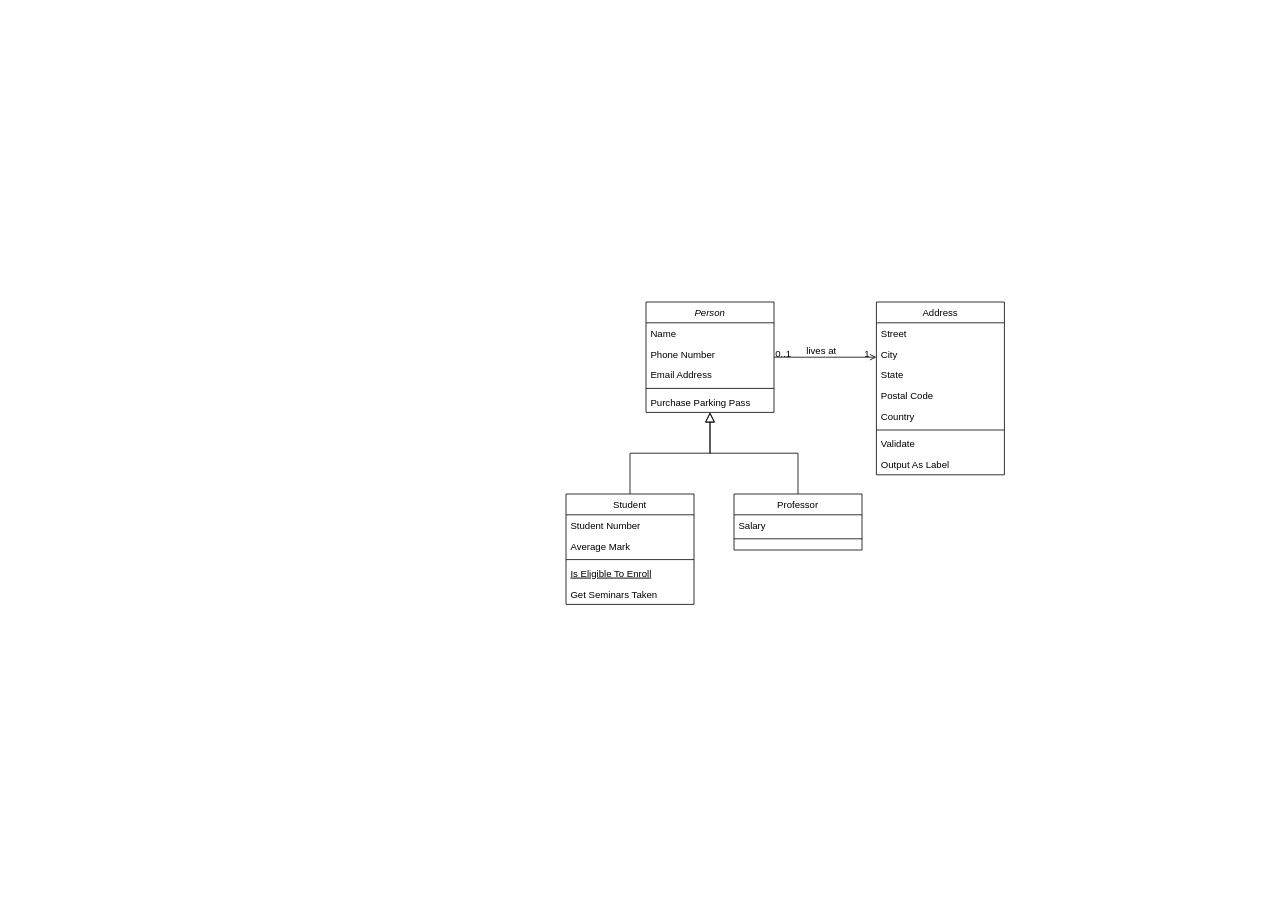
T-lamo/DataEngineer keeps this draw.io diagram as TP3GestionAvion.drawio. Above is the earlier version. Source tidied: cells renumbered, new cells numbered last; positions are measured from the earlier drawing's top-left corner, leaving out a move shared by most shapes. Both pictures are drawn from the tidied source at 80%, with x=0, y=0 at pixel (566, 302).
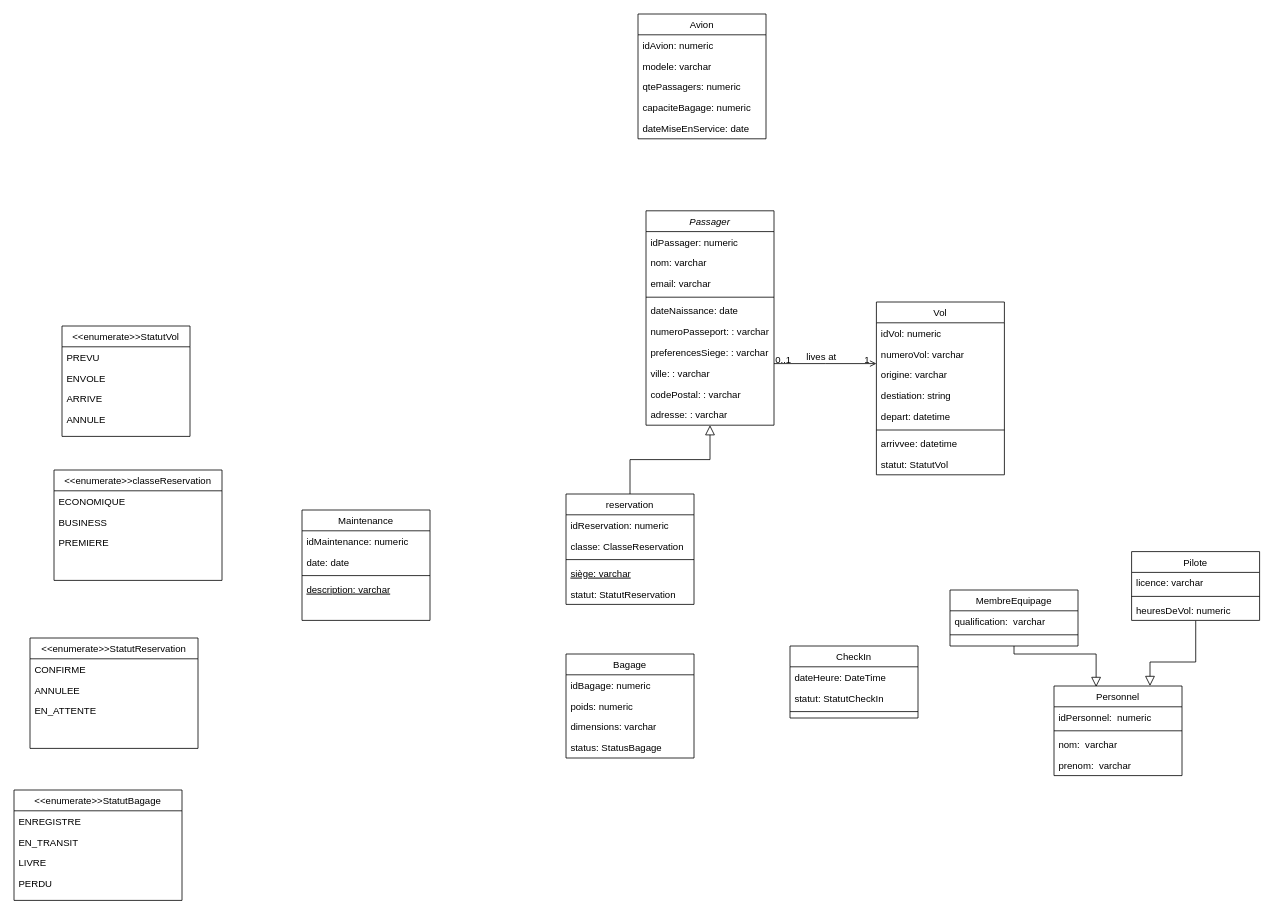
After the change.

Diff of the diagram source:
```diff
@@
-    <mxCell id="2" value="Person" style="swimlane;fontStyle=2;align=center;verticalAlign=top;horizontal=1;startSize=26;rounded=0;shadow=0;strokeWidth=1;" parent="1" vertex="1">
-      <mxGeometry x="100" width="160" height="138" as="geometry" />
+    <mxCell id="2" value="Passager" style="swimlane;fontStyle=2;align=center;verticalAlign=top;horizontal=1;startSize=26;rounded=0;shadow=0;strokeWidth=1;" parent="1" vertex="1">
+      <mxGeometry x="100" y="-114" width="160" height="268" as="geometry" />
     </mxCell>
-    <mxCell id="3" value="Name" style="text;align=left;verticalAlign=top;spacingLeft=4;spacingRight=4;overflow=hidden;" parent="2" vertex="1">
+    <mxCell id="3" value="idPassager: numeric" style="text;align=left;verticalAlign=top;spacingLeft=4;spacingRight=4;overflow=hidden;" parent="2" vertex="1">
       <mxGeometry y="26" width="160" height="26" as="geometry" />
     </mxCell>
-    <mxCell id="4" value="Phone Number" style="text;align=left;verticalAlign=top;spacingLeft=4;spacingRight=4;overflow=hidden;rounded=0;shadow=0;html=0;" parent="2" vertex="1">
+    <mxCell id="4" value="nom: varchar" style="text;align=left;verticalAlign=top;spacingLeft=4;spacingRight=4;overflow=hidden;rounded=0;shadow=0;html=0;" parent="2" vertex="1">
       <mxGeometry y="52" width="160" height="26" as="geometry" />
     </mxCell>
-    <mxCell id="5" value="Email Address" style="text;align=left;verticalAlign=top;spacingLeft=4;spacingRight=4;overflow=hidden;rounded=0;shadow=0;html=0;" parent="2" vertex="1">
+    <mxCell id="5" value="email: varchar" style="text;align=left;verticalAlign=top;spacingLeft=4;spacingRight=4;overflow=hidden;rounded=0;shadow=0;html=0;" parent="2" vertex="1">
       <mxGeometry y="78" width="160" height="26" as="geometry" />
     </mxCell>
@@
-    <mxCell id="7" value="Purchase Parking Pass" style="text;align=left;verticalAlign=top;spacingLeft=4;spacingRight=4;overflow=hidden;" parent="2" vertex="1">
+    <mxCell id="7" value="dateNaissance: date" style="text;align=left;verticalAlign=top;spacingLeft=4;spacingRight=4;overflow=hidden;" parent="2" vertex="1">
       <mxGeometry y="112" width="160" height="26" as="geometry" />
     </mxCell>
+    <mxCell id="32" value="numeroPasseport: : varchar" style="text;align=left;verticalAlign=top;spacingLeft=4;spacingRight=4;overflow=hidden;" parent="2" vertex="1">
+      <mxGeometry y="138" width="160" height="26" as="geometry" />
+    </mxCell>
+    <mxCell id="33" value="preferencesSiege: : varchar" style="text;align=left;verticalAlign=top;spacingLeft=4;spacingRight=4;overflow=hidden;" parent="2" vertex="1">
+      <mxGeometry y="164" width="160" height="26" as="geometry" />
+    </mxCell>
+    <mxCell id="34" value="ville: : varchar" style="text;align=left;verticalAlign=top;spacingLeft=4;spacingRight=4;overflow=hidden;" parent="2" vertex="1">
+      <mxGeometry y="190" width="160" height="26" as="geometry" />
+    </mxCell>
+    <mxCell id="35" value="codePostal: : varchar" style="text;align=left;verticalAlign=top;spacingLeft=4;spacingRight=4;overflow=hidden;" parent="2" vertex="1">
+      <mxGeometry y="216" width="160" height="26" as="geometry" />
+    </mxCell>
+    <mxCell id="36" value="adresse: : varchar" style="text;align=left;verticalAlign=top;spacingLeft=4;spacingRight=4;overflow=hidden;" parent="2" vertex="1">
+      <mxGeometry y="242" width="160" height="26" as="geometry" />
+    </mxCell>
-    <mxCell id="8" value="Student" style="swimlane;fontStyle=0;align=center;verticalAlign=top;horizontal=1;startSize=26;rounded=0;shadow=0;strokeWidth=1;" parent="1" vertex="1">
+    <mxCell id="8" value="reservation" style="swimlane;fontStyle=0;align=center;verticalAlign=top;horizontal=1;startSize=26;rounded=0;shadow=0;strokeWidth=1;" parent="1" vertex="1">
       <mxGeometry y="240" width="160" height="138" as="geometry" />
     </mxCell>
-    <mxCell id="9" value="Student Number" style="text;align=left;verticalAlign=top;spacingLeft=4;spacingRight=4;overflow=hidden;" parent="8" vertex="1">
+    <mxCell id="9" value="idReservation: numeric" style="text;align=left;verticalAlign=top;spacingLeft=4;spacingRight=4;overflow=hidden;" parent="8" vertex="1">
       <mxGeometry y="26" width="160" height="26" as="geometry" />
     </mxCell>
-    <mxCell id="10" value="Average Mark" style="text;align=left;verticalAlign=top;spacingLeft=4;spacingRight=4;overflow=hidden;rounded=0;shadow=0;html=0;" parent="8" vertex="1">
+    <mxCell id="10" value="classe: ClasseReservation" style="text;align=left;verticalAlign=top;spacingLeft=4;spacingRight=4;overflow=hidden;rounded=0;shadow=0;html=0;" parent="8" vertex="1">
       <mxGeometry y="52" width="160" height="26" as="geometry" />
     </mxCell>
@@
-    <mxCell id="12" value="Is Eligible To Enroll" style="text;align=left;verticalAlign=top;spacingLeft=4;spacingRight=4;overflow=hidden;fontStyle=4;" parent="8" vertex="1">
+    <mxCell id="12" value="siège: varchar" style="text;align=left;verticalAlign=top;spacingLeft=4;spacingRight=4;overflow=hidden;fontStyle=4;" parent="8" vertex="1">
       <mxGeometry y="86" width="160" height="26" as="geometry" />
     </mxCell>
-    <mxCell id="13" value="Get Seminars Taken" style="text;align=left;verticalAlign=top;spacingLeft=4;spacingRight=4;overflow=hidden;" parent="8" vertex="1">
+    <mxCell id="13" value="statut: StatutReservation" style="text;align=left;verticalAlign=top;spacingLeft=4;spacingRight=4;overflow=hidden;" parent="8" vertex="1">
       <mxGeometry y="112" width="160" height="26" as="geometry" />
     </mxCell>
@@
-    <mxCell id="15" value="Professor" style="swimlane;fontStyle=0;align=center;verticalAlign=top;horizontal=1;startSize=26;rounded=0;shadow=0;strokeWidth=1;" parent="1" vertex="1">
-      <mxGeometry x="210" y="240" width="160" height="70" as="geometry" />
+    <mxCell id="15" value="Pilote" style="swimlane;fontStyle=0;align=center;verticalAlign=top;horizontal=1;startSize=26;rounded=0;shadow=0;strokeWidth=1;" parent="1" vertex="1">
+      <mxGeometry x="707" y="312" width="160" height="86" as="geometry" />
     </mxCell>
-    <mxCell id="16" value="Salary" style="text;align=left;verticalAlign=top;spacingLeft=4;spacingRight=4;overflow=hidden;" parent="15" vertex="1">
+    <mxCell id="16" value="licence: varchar" style="text;align=left;verticalAlign=top;spacingLeft=4;spacingRight=4;overflow=hidden;" parent="15" vertex="1">
       <mxGeometry y="26" width="160" height="26" as="geometry" />
     </mxCell>
@@
+    <mxCell id="37" value="heuresDeVol: numeric" style="text;align=left;verticalAlign=top;spacingLeft=4;spacingRight=4;overflow=hidden;points=[[0,0.5],[1,0.5]];portConstraint=eastwest;" parent="15" vertex="1">
+      <mxGeometry y="60" width="160" height="26" as="geometry" />
+    </mxCell>
-    <mxCell id="18" style="endArrow=block;endSize=10;endFill=0;shadow=0;strokeWidth=1;rounded=0;curved=0;edgeStyle=elbowEdgeStyle;elbow=vertical;" parent="1" edge="1" source="15" target="2">
-      <mxGeometry relative="1" as="geometry" />
+    <mxCell id="18" style="endArrow=block;endSize=10;endFill=0;shadow=0;strokeWidth=1;rounded=0;curved=0;edgeStyle=elbowEdgeStyle;elbow=vertical;entryX=0.329;entryY=0.011;entryDx=0;entryDy=0;entryPerimeter=0;exitX=0.5;exitY=1;exitDx=0;exitDy=0;" parent="1" edge="1" source="47" target="55">
+      <mxGeometry relative="1" as="geometry">
+        <Array as="points">
+          <mxPoint x="640" y="440" />
+        </Array>
+      </mxGeometry>
     </mxCell>
-    <mxCell id="19" value="Address" style="swimlane;fontStyle=0;align=center;verticalAlign=top;horizontal=1;startSize=26;rounded=0;shadow=0;strokeWidth=1;" parent="1" vertex="1">
+    <mxCell id="19" value="Vol" style="swimlane;fontStyle=0;align=center;verticalAlign=top;horizontal=1;startSize=26;rounded=0;shadow=0;strokeWidth=1;" parent="1" vertex="1">
       <mxGeometry x="388" width="160" height="216" as="geometry" />
     </mxCell>
-    <mxCell id="20" value="Street" style="text;align=left;verticalAlign=top;spacingLeft=4;spacingRight=4;overflow=hidden;" parent="19" vertex="1">
+    <mxCell id="20" value="idVol: numeric" style="text;align=left;verticalAlign=top;spacingLeft=4;spacingRight=4;overflow=hidden;" parent="19" vertex="1">
       <mxGeometry y="26" width="160" height="26" as="geometry" />
     </mxCell>
-    <mxCell id="21" value="City" style="text;align=left;verticalAlign=top;spacingLeft=4;spacingRight=4;overflow=hidden;rounded=0;shadow=0;html=0;" parent="19" vertex="1">
+    <mxCell id="21" value="numeroVol: varchar" style="text;align=left;verticalAlign=top;spacingLeft=4;spacingRight=4;overflow=hidden;rounded=0;shadow=0;html=0;" parent="19" vertex="1">
       <mxGeometry y="52" width="160" height="26" as="geometry" />
     </mxCell>
-    <mxCell id="22" value="State" style="text;align=left;verticalAlign=top;spacingLeft=4;spacingRight=4;overflow=hidden;rounded=0;shadow=0;html=0;" parent="19" vertex="1">
+    <mxCell id="22" value="origine: varchar" style="text;align=left;verticalAlign=top;spacingLeft=4;spacingRight=4;overflow=hidden;rounded=0;shadow=0;html=0;" parent="19" vertex="1">
       <mxGeometry y="78" width="160" height="26" as="geometry" />
     </mxCell>
-    <mxCell id="23" value="Postal Code" style="text;align=left;verticalAlign=top;spacingLeft=4;spacingRight=4;overflow=hidden;rounded=0;shadow=0;html=0;" parent="19" vertex="1">
+    <mxCell id="23" value="destiation: string" style="text;align=left;verticalAlign=top;spacingLeft=4;spacingRight=4;overflow=hidden;rounded=0;shadow=0;html=0;" parent="19" vertex="1">
       <mxGeometry y="104" width="160" height="26" as="geometry" />
     </mxCell>
-    <mxCell id="24" value="Country" style="text;align=left;verticalAlign=top;spacingLeft=4;spacingRight=4;overflow=hidden;rounded=0;shadow=0;html=0;" parent="19" vertex="1">
+    <mxCell id="24" value="depart: datetime" style="text;align=left;verticalAlign=top;spacingLeft=4;spacingRight=4;overflow=hidden;rounded=0;shadow=0;html=0;" parent="19" vertex="1">
       <mxGeometry y="130" width="160" height="26" as="geometry" />
     </mxCell>
@@
-    <mxCell id="26" value="Validate" style="text;align=left;verticalAlign=top;spacingLeft=4;spacingRight=4;overflow=hidden;" parent="19" vertex="1">
+    <mxCell id="26" value="arrivvee: datetime" style="text;align=left;verticalAlign=top;spacingLeft=4;spacingRight=4;overflow=hidden;" parent="19" vertex="1">
       <mxGeometry y="164" width="160" height="26" as="geometry" />
     </mxCell>
-    <mxCell id="27" value="Output As Label" style="text;align=left;verticalAlign=top;spacingLeft=4;spacingRight=4;overflow=hidden;" parent="19" vertex="1">
+    <mxCell id="27" value="statut: StatutVol" style="text;align=left;verticalAlign=top;spacingLeft=4;spacingRight=4;overflow=hidden;" parent="19" vertex="1">
       <mxGeometry y="190" width="160" height="26" as="geometry" />
     </mxCell>
@@
+    <mxCell id="38" value="Bagage" style="swimlane;fontStyle=0;align=center;verticalAlign=top;horizontal=1;startSize=26;rounded=0;shadow=0;strokeWidth=1;" parent="1" vertex="1">
+      <mxGeometry y="440" width="160" height="130" as="geometry" />
+    </mxCell>
+    <mxCell id="39" value="idBagage: numeric" style="text;align=left;verticalAlign=top;spacingLeft=4;spacingRight=4;overflow=hidden;" parent="38" vertex="1">
+      <mxGeometry y="26" width="160" height="26" as="geometry" />
+    </mxCell>
+    <mxCell id="40" value="poids: numeric" style="text;align=left;verticalAlign=top;spacingLeft=4;spacingRight=4;overflow=hidden;rounded=0;shadow=0;html=0;" parent="38" vertex="1">
+      <mxGeometry y="52" width="160" height="26" as="geometry" />
+    </mxCell>
+    <mxCell id="41" value="dimensions: varchar" style="text;align=left;verticalAlign=top;spacingLeft=4;spacingRight=4;overflow=hidden;rounded=0;shadow=0;html=0;" parent="38" vertex="1">
+      <mxGeometry y="78" width="160" height="26" as="geometry" />
+    </mxCell>
+    <mxCell id="42" value="status: StatusBagage" style="text;align=left;verticalAlign=top;spacingLeft=4;spacingRight=4;overflow=hidden;rounded=0;shadow=0;html=0;" parent="38" vertex="1">
+      <mxGeometry y="104" width="160" height="26" as="geometry" />
+    </mxCell>
+    <mxCell id="43" value="CheckIn" style="swimlane;fontStyle=0;align=center;verticalAlign=top;horizontal=1;startSize=26;rounded=0;shadow=0;strokeWidth=1;" parent="1" vertex="1">
+      <mxGeometry x="280" y="430" width="160" height="90" as="geometry" />
+    </mxCell>
+    <mxCell id="44" value="dateHeure: DateTime" style="text;align=left;verticalAlign=top;spacingLeft=4;spacingRight=4;overflow=hidden;" parent="43" vertex="1">
+      <mxGeometry y="26" width="160" height="26" as="geometry" />
+    </mxCell>
+    <mxCell id="45" value="statut: StatutCheckIn" style="text;align=left;verticalAlign=top;spacingLeft=4;spacingRight=4;overflow=hidden;rounded=0;shadow=0;html=0;" parent="43" vertex="1">
+      <mxGeometry y="52" width="160" height="26" as="geometry" />
+    </mxCell>
+    <mxCell id="46" style="line;html=1;strokeWidth=1;align=left;verticalAlign=middle;spacingTop=-1;spacingLeft=3;spacingRight=3;labelPosition=right;" parent="43" vertex="1">
+      <mxGeometry y="78" width="160" height="8" as="geometry" />
+    </mxCell>
+    <mxCell id="47" value="MembreEquipage" style="swimlane;fontStyle=0;align=center;verticalAlign=top;horizontal=1;startSize=26;rounded=0;shadow=0;strokeWidth=1;" parent="1" vertex="1">
+      <mxGeometry x="480" y="360" width="160" height="70" as="geometry" />
+    </mxCell>
+    <mxCell id="48" value="qualification:  varchar" style="text;align=left;verticalAlign=top;spacingLeft=4;spacingRight=4;overflow=hidden;" parent="47" vertex="1">
+      <mxGeometry y="26" width="160" height="26" as="geometry" />
+    </mxCell>
+    <mxCell id="49" style="line;html=1;strokeWidth=1;align=left;verticalAlign=middle;spacingTop=-1;spacingLeft=3;spacingRight=3;labelPosition=right;" parent="47" vertex="1">
+      <mxGeometry y="52" width="160" height="8" as="geometry" />
+    </mxCell>
+    <mxCell id="50" value="Maintenance" style="swimlane;fontStyle=0;align=center;verticalAlign=top;horizontal=1;startSize=26;rounded=0;shadow=0;strokeWidth=1;" parent="1" vertex="1">
+      <mxGeometry x="-330" y="260" width="160" height="138" as="geometry" />
+    </mxCell>
+    <mxCell id="51" value="idMaintenance: numeric" style="text;align=left;verticalAlign=top;spacingLeft=4;spacingRight=4;overflow=hidden;" parent="50" vertex="1">
+      <mxGeometry y="26" width="160" height="26" as="geometry" />
+    </mxCell>
+    <mxCell id="52" value="date: date" style="text;align=left;verticalAlign=top;spacingLeft=4;spacingRight=4;overflow=hidden;rounded=0;shadow=0;html=0;" parent="50" vertex="1">
+      <mxGeometry y="52" width="160" height="26" as="geometry" />
+    </mxCell>
+    <mxCell id="53" style="line;html=1;strokeWidth=1;align=left;verticalAlign=middle;spacingTop=-1;spacingLeft=3;spacingRight=3;labelPosition=right;" parent="50" vertex="1">
+      <mxGeometry y="78" width="160" height="8" as="geometry" />
+    </mxCell>
+    <mxCell id="54" value="description: varchar" style="text;align=left;verticalAlign=top;spacingLeft=4;spacingRight=4;overflow=hidden;fontStyle=4;" parent="50" vertex="1">
+      <mxGeometry y="86" width="160" height="26" as="geometry" />
+    </mxCell>
+    <mxCell id="55" value="Personnel" style="swimlane;fontStyle=0;align=center;verticalAlign=top;horizontal=1;startSize=26;rounded=0;shadow=0;strokeWidth=1;" parent="1" vertex="1">
+      <mxGeometry x="610" y="480" width="160" height="112" as="geometry" />
+    </mxCell>
+    <mxCell id="56" value="idPersonnel:  numeric&#10;" style="text;align=left;verticalAlign=top;spacingLeft=4;spacingRight=4;overflow=hidden;" parent="55" vertex="1">
+      <mxGeometry y="26" width="160" height="26" as="geometry" />
+    </mxCell>
+    <mxCell id="57" style="line;html=1;strokeWidth=1;align=left;verticalAlign=middle;spacingTop=-1;spacingLeft=3;spacingRight=3;labelPosition=right;" parent="55" vertex="1">
+      <mxGeometry y="52" width="160" height="8" as="geometry" />
+    </mxCell>
+    <mxCell id="58" value="nom:  varchar&#10;" style="text;align=left;verticalAlign=top;spacingLeft=4;spacingRight=4;overflow=hidden;" parent="55" vertex="1">
+      <mxGeometry y="60" width="160" height="26" as="geometry" />
+    </mxCell>
+    <mxCell id="59" value="prenom:  varchar&#10;" style="text;align=left;verticalAlign=top;spacingLeft=4;spacingRight=4;overflow=hidden;" parent="55" vertex="1">
+      <mxGeometry y="86" width="160" height="26" as="geometry" />
+    </mxCell>
+    <mxCell id="60" value="&lt;&lt;enumerate&gt;&gt;StatutVol" style="swimlane;fontStyle=0;align=center;verticalAlign=top;horizontal=1;startSize=26;rounded=0;shadow=0;strokeWidth=1;" parent="1" vertex="1">
+      <mxGeometry x="-630" y="30" width="160" height="138" as="geometry" />
+    </mxCell>
+    <mxCell id="61" value="PREVU" style="text;align=left;verticalAlign=top;spacingLeft=4;spacingRight=4;overflow=hidden;" parent="60" vertex="1">
+      <mxGeometry y="26" width="160" height="26" as="geometry" />
+    </mxCell>
+    <mxCell id="62" value="ENVOLE" style="text;align=left;verticalAlign=top;spacingLeft=4;spacingRight=4;overflow=hidden;rounded=0;shadow=0;html=0;" parent="60" vertex="1">
+      <mxGeometry y="52" width="160" height="26" as="geometry" />
+    </mxCell>
+    <mxCell id="63" value="ARRIVE" style="text;align=left;verticalAlign=top;spacingLeft=4;spacingRight=4;overflow=hidden;rounded=0;shadow=0;html=0;" parent="60" vertex="1">
+      <mxGeometry y="78" width="160" height="26" as="geometry" />
+    </mxCell>
+    <mxCell id="64" value="ANNULE" style="text;align=left;verticalAlign=top;spacingLeft=4;spacingRight=4;overflow=hidden;rounded=0;shadow=0;html=0;" parent="60" vertex="1">
+      <mxGeometry y="104" width="160" height="26" as="geometry" />
+    </mxCell>
+    <mxCell id="65" value="&lt;&lt;enumerate&gt;&gt;classeReservation" style="swimlane;fontStyle=0;align=center;verticalAlign=top;horizontal=1;startSize=26;rounded=0;shadow=0;strokeWidth=1;" parent="1" vertex="1">
+      <mxGeometry x="-640" y="210" width="210" height="138" as="geometry" />
+    </mxCell>
+    <mxCell id="66" value="ECONOMIQUE" style="text;align=left;verticalAlign=top;spacingLeft=4;spacingRight=4;overflow=hidden;" parent="65" vertex="1">
+      <mxGeometry y="26" width="210" height="26" as="geometry" />
+    </mxCell>
+    <mxCell id="67" value="BUSINESS" style="text;align=left;verticalAlign=top;spacingLeft=4;spacingRight=4;overflow=hidden;rounded=0;shadow=0;html=0;" parent="65" vertex="1">
+      <mxGeometry y="52" width="210" height="26" as="geometry" />
+    </mxCell>
+    <mxCell id="68" value="PREMIERE" style="text;align=left;verticalAlign=top;spacingLeft=4;spacingRight=4;overflow=hidden;rounded=0;shadow=0;html=0;" parent="65" vertex="1">
+      <mxGeometry y="78" width="210" height="26" as="geometry" />
+    </mxCell>
+    <mxCell id="69" value="&lt;&lt;enumerate&gt;&gt;StatutReservation" style="swimlane;fontStyle=0;align=center;verticalAlign=top;horizontal=1;startSize=26;rounded=0;shadow=0;strokeWidth=1;" parent="1" vertex="1">
+      <mxGeometry x="-670" y="420" width="210" height="138" as="geometry" />
+    </mxCell>
+    <mxCell id="70" value="CONFIRME" style="text;align=left;verticalAlign=top;spacingLeft=4;spacingRight=4;overflow=hidden;" parent="69" vertex="1">
+      <mxGeometry y="26" width="210" height="26" as="geometry" />
+    </mxCell>
+    <mxCell id="71" value="ANNULEE" style="text;align=left;verticalAlign=top;spacingLeft=4;spacingRight=4;overflow=hidden;rounded=0;shadow=0;html=0;" parent="69" vertex="1">
+      <mxGeometry y="52" width="210" height="26" as="geometry" />
+    </mxCell>
+    <mxCell id="72" value="EN_ATTENTE" style="text;align=left;verticalAlign=top;spacingLeft=4;spacingRight=4;overflow=hidden;rounded=0;shadow=0;html=0;" parent="69" vertex="1">
+      <mxGeometry y="78" width="210" height="26" as="geometry" />
+    </mxCell>
+    <mxCell id="73" value="&lt;&lt;enumerate&gt;&gt;StatutBagage" style="swimlane;fontStyle=0;align=center;verticalAlign=top;horizontal=1;startSize=26;rounded=0;shadow=0;strokeWidth=1;" parent="1" vertex="1">
+      <mxGeometry x="-690" y="610" width="210" height="138" as="geometry" />
+    </mxCell>
+    <mxCell id="74" value="ENREGISTRE" style="text;align=left;verticalAlign=top;spacingLeft=4;spacingRight=4;overflow=hidden;" parent="73" vertex="1">
+      <mxGeometry y="26" width="210" height="26" as="geometry" />
+    </mxCell>
+    <mxCell id="75" value="EN_TRANSIT" style="text;align=left;verticalAlign=top;spacingLeft=4;spacingRight=4;overflow=hidden;rounded=0;shadow=0;html=0;" parent="73" vertex="1">
+      <mxGeometry y="52" width="210" height="26" as="geometry" />
+    </mxCell>
+    <mxCell id="76" value="LIVRE" style="text;align=left;verticalAlign=top;spacingLeft=4;spacingRight=4;overflow=hidden;rounded=0;shadow=0;html=0;" parent="73" vertex="1">
+      <mxGeometry y="78" width="210" height="26" as="geometry" />
+    </mxCell>
+    <mxCell id="77" value="PERDU" style="text;align=left;verticalAlign=top;spacingLeft=4;spacingRight=4;overflow=hidden;rounded=0;shadow=0;html=0;" parent="73" vertex="1">
+      <mxGeometry y="104" width="210" height="26" as="geometry" />
+    </mxCell>
+    <mxCell id="78" style="endArrow=block;endSize=10;endFill=0;shadow=0;strokeWidth=1;rounded=0;curved=0;edgeStyle=elbowEdgeStyle;elbow=vertical;exitX=0.501;exitY=1.017;exitDx=0;exitDy=0;exitPerimeter=0;" parent="1" edge="1" source="37" target="55">
+      <mxGeometry relative="1" as="geometry">
+        <Array as="points">
+          <mxPoint x="730" y="450" />
+        </Array>
+      </mxGeometry>
+    </mxCell>
+    <mxCell id="79" value="Avion" style="swimlane;fontStyle=0;align=center;verticalAlign=top;horizontal=1;startSize=26;rounded=0;shadow=0;strokeWidth=1;" parent="1" vertex="1">
+      <mxGeometry x="90" y="-360" width="160" height="156" as="geometry" />
+    </mxCell>
+    <mxCell id="80" value="idAvion: numeric" style="text;align=left;verticalAlign=top;spacingLeft=4;spacingRight=4;overflow=hidden;" parent="79" vertex="1">
+      <mxGeometry y="26" width="160" height="26" as="geometry" />
+    </mxCell>
+    <mxCell id="81" value="modele: varchar" style="text;align=left;verticalAlign=top;spacingLeft=4;spacingRight=4;overflow=hidden;rounded=0;shadow=0;html=0;" parent="79" vertex="1">
+      <mxGeometry y="52" width="160" height="26" as="geometry" />
+    </mxCell>
+    <mxCell id="82" value="qtePassagers: numeric" style="text;align=left;verticalAlign=top;spacingLeft=4;spacingRight=4;overflow=hidden;rounded=0;shadow=0;html=0;" parent="79" vertex="1">
+      <mxGeometry y="78" width="160" height="26" as="geometry" />
+    </mxCell>
+    <mxCell id="83" value="capaciteBagage: numeric" style="text;align=left;verticalAlign=top;spacingLeft=4;spacingRight=4;overflow=hidden;rounded=0;shadow=0;html=0;" parent="79" vertex="1">
+      <mxGeometry y="104" width="160" height="26" as="geometry" />
+    </mxCell>
+    <mxCell id="84" value="dateMiseEnService: date" style="text;align=left;verticalAlign=top;spacingLeft=4;spacingRight=4;overflow=hidden;rounded=0;shadow=0;html=0;" parent="79" vertex="1">
+      <mxGeometry y="130" width="160" height="26" as="geometry" />
+    </mxCell>
```
